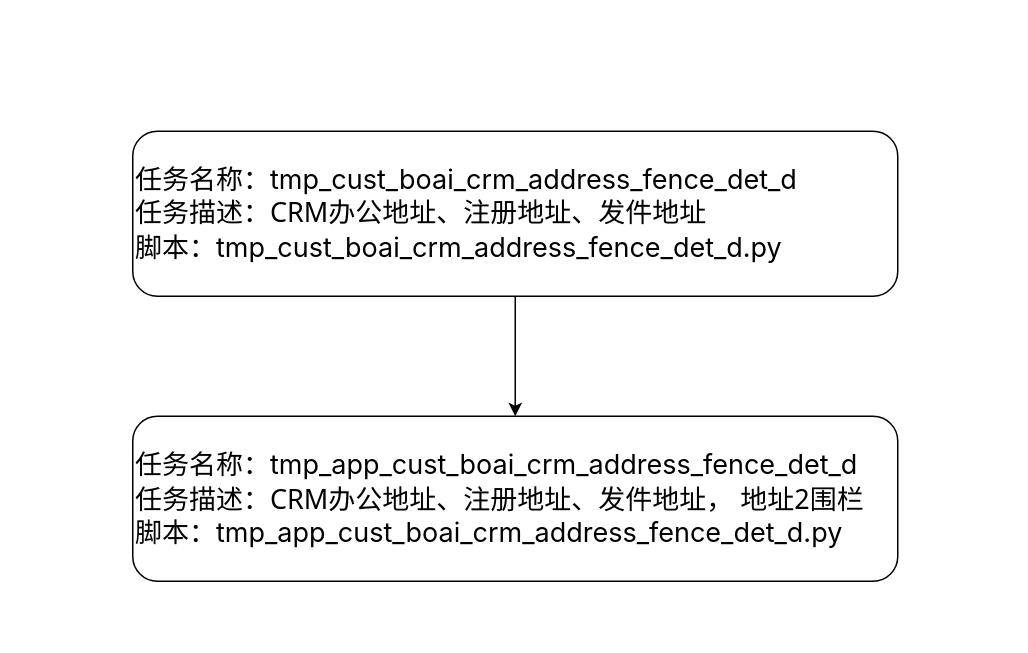
Above: page "第 1 页" (1 of 3) of 网格化二期.drawio in tristayan/ck (draw.io), before the change. Source tidied: cells renumbered, new cells numbered last; positions are measured from the earlier drawing's top-left corner, leaving out a move shared by most shapes. Both pictures are drawn from the tidied source at 150%, with x=0, y=0 at pixel (132, 130).
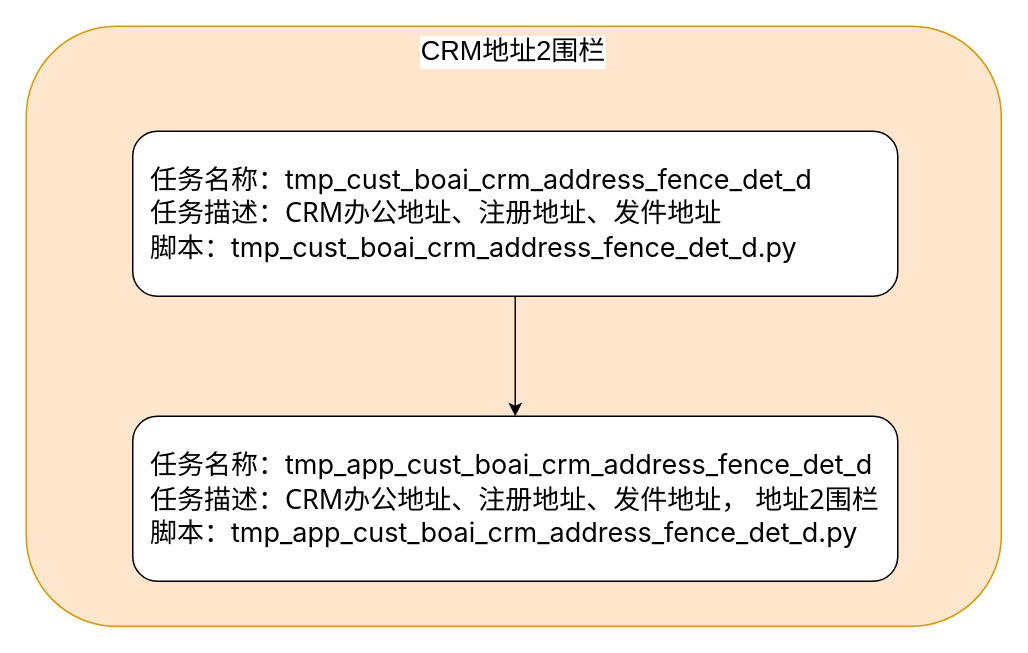
After the change.

Commit message:
更新网格化二期.drawio

What changed in the source:
```diff
@@
 <mxGraphModel>
   <root>
     <mxCell id="0" />
     <mxCell id="1" parent="0" />
+    <mxCell id="5" value="&lt;font style=&quot;font-size: 18px;&quot;&gt;CRM地址2围栏&lt;/font&gt;" style="rounded=1;whiteSpace=wrap;html=1;verticalAlign=top;labelBackgroundColor=default;fillColor=#ffe6cc;strokeColor=#d79b00;" parent="1" vertex="1">
+      <mxGeometry x="-71" y="-70" width="650" height="400" as="geometry" />
+    </mxCell>
     <mxCell id="2" style="edgeStyle=orthogonalEdgeStyle;rounded=0;jettySize=auto;html=1;entryX=0.5;entryY=0;entryDx=0;entryDy=0;" parent="1" edge="1" source="3" target="4">
       <mxGeometry relative="1" as="geometry" />
     </mxCell>
-    <mxCell id="3" value="&lt;font style=&quot;font-size: 18px; background-color: light-dark(#ffffff, var(--ge-dark-color, #121212));&quot;&gt;任务名称：&lt;span style=&quot;font-family: -apple-system, &amp;quot;system-ui&amp;quot;, &amp;quot;Segoe UI&amp;quot;, &amp;quot;PingFang SC&amp;quot;, &amp;quot;Hiragino Sans GB&amp;quot;, &amp;quot;Microsoft YaHei&amp;quot;, &amp;quot;Helvetica Neue&amp;quot;, Helvetica, Arial, sans-serif, &amp;quot;Apple Color Emoji&amp;quot;, &amp;quot;Segoe UI Emoji&amp;quot;, &amp;quot;Segoe UI Symbol&amp;quot;; text-wrap-mode: nowrap;&quot;&gt;tmp_cust_boai_crm_address_fence_det_d&lt;/span&gt;&lt;/font&gt;&lt;div&gt;&lt;font style=&quot;font-size: 18px; background-color: light-dark(#ffffff, var(--ge-dark-color, #121212));&quot;&gt;&lt;span style=&quot;font-family: -apple-system, &amp;quot;system-ui&amp;quot;, &amp;quot;Segoe UI&amp;quot;, &amp;quot;PingFang SC&amp;quot;, &amp;quot;Hiragino Sans GB&amp;quot;, &amp;quot;Microsoft YaHei&amp;quot;, &amp;quot;Helvetica Neue&amp;quot;, Helvetica, Arial, sans-serif, &amp;quot;Apple Color Emoji&amp;quot;, &amp;quot;Segoe UI Emoji&amp;quot;, &amp;quot;Segoe UI Symbol&amp;quot;; text-wrap-mode: nowrap;&quot;&gt;任务描述：&lt;/span&gt;&lt;span style=&quot;font-family: system-ui, -apple-system, &amp;quot;system-ui&amp;quot;, &amp;quot;PingFang SC&amp;quot;, 微软雅黑, &amp;quot;Microsoft YaHei&amp;quot;, &amp;quot;Segoe UI&amp;quot;, Roboto, &amp;quot;Helvetica Neue&amp;quot;, Arial, sans-serif;&quot;&gt;CRM办公地址、注册地址、发件地址&lt;/span&gt;&lt;/font&gt;&lt;/div&gt;&lt;div&gt;&lt;font style=&quot;font-size: 18px; background-color: light-dark(#ffffff, var(--ge-dark-color, #121212));&quot;&gt;&lt;span style=&quot;font-family: system-ui, -apple-system, &amp;quot;system-ui&amp;quot;, &amp;quot;PingFang SC&amp;quot;, 微软雅黑, &amp;quot;Microsoft YaHei&amp;quot;, &amp;quot;Segoe UI&amp;quot;, Roboto, &amp;quot;Helvetica Neue&amp;quot;, Arial, sans-serif;&quot;&gt;脚本：&lt;/span&gt;&lt;/font&gt;&lt;span style=&quot;background-color: rgb(255, 255, 255); font-family: -apple-system, &amp;quot;system-ui&amp;quot;, &amp;quot;Segoe UI&amp;quot;, &amp;quot;PingFang SC&amp;quot;, &amp;quot;Hiragino Sans GB&amp;quot;, &amp;quot;Microsoft YaHei&amp;quot;, &amp;quot;Helvetica Neue&amp;quot;, Helvetica, Arial, sans-serif, &amp;quot;Apple Color Emoji&amp;quot;, &amp;quot;Segoe UI Emoji&amp;quot;, &amp;quot;Segoe UI Symbol&amp;quot;; font-size: 18px; text-wrap-mode: nowrap; color: light-dark(rgb(0, 0, 0), rgb(255, 255, 255));&quot;&gt;tmp_cust_boai_crm_address_fence_det_d.py&lt;/span&gt;&lt;/div&gt;" style="rounded=1;whiteSpace=wrap;html=1;align=left;fontColor=default;" parent="1" vertex="1">
+    <mxCell id="3" value="&lt;font style=&quot;font-size: 18px; background-color: light-dark(#ffffff, var(--ge-dark-color, #121212));&quot;&gt;任务名称：&lt;span style=&quot;font-family: -apple-system, &amp;quot;system-ui&amp;quot;, &amp;quot;Segoe UI&amp;quot;, &amp;quot;PingFang SC&amp;quot;, &amp;quot;Hiragino Sans GB&amp;quot;, &amp;quot;Microsoft YaHei&amp;quot;, &amp;quot;Helvetica Neue&amp;quot;, Helvetica, Arial, sans-serif, &amp;quot;Apple Color Emoji&amp;quot;, &amp;quot;Segoe UI Emoji&amp;quot;, &amp;quot;Segoe UI Symbol&amp;quot;; text-wrap-mode: nowrap;&quot;&gt;tmp_cust_boai_crm_address_fence_det_d&lt;/span&gt;&lt;/font&gt;&lt;div&gt;&lt;font style=&quot;font-size: 18px; background-color: light-dark(#ffffff, var(--ge-dark-color, #121212));&quot;&gt;&lt;span style=&quot;font-family: -apple-system, &amp;quot;system-ui&amp;quot;, &amp;quot;Segoe UI&amp;quot;, &amp;quot;PingFang SC&amp;quot;, &amp;quot;Hiragino Sans GB&amp;quot;, &amp;quot;Microsoft YaHei&amp;quot;, &amp;quot;Helvetica Neue&amp;quot;, Helvetica, Arial, sans-serif, &amp;quot;Apple Color Emoji&amp;quot;, &amp;quot;Segoe UI Emoji&amp;quot;, &amp;quot;Segoe UI Symbol&amp;quot;; text-wrap-mode: nowrap;&quot;&gt;任务描述：&lt;/span&gt;&lt;span style=&quot;font-family: system-ui, -apple-system, &amp;quot;system-ui&amp;quot;, &amp;quot;PingFang SC&amp;quot;, 微软雅黑, &amp;quot;Microsoft YaHei&amp;quot;, &amp;quot;Segoe UI&amp;quot;, Roboto, &amp;quot;Helvetica Neue&amp;quot;, Arial, sans-serif;&quot;&gt;CRM办公地址、注册地址、发件地址&lt;/span&gt;&lt;/font&gt;&lt;/div&gt;&lt;div&gt;&lt;font style=&quot;font-size: 18px; background-color: light-dark(#ffffff, var(--ge-dark-color, #121212));&quot;&gt;&lt;span style=&quot;font-family: system-ui, -apple-system, &amp;quot;system-ui&amp;quot;, &amp;quot;PingFang SC&amp;quot;, 微软雅黑, &amp;quot;Microsoft YaHei&amp;quot;, &amp;quot;Segoe UI&amp;quot;, Roboto, &amp;quot;Helvetica Neue&amp;quot;, Arial, sans-serif;&quot;&gt;脚本：&lt;/span&gt;&lt;/font&gt;&lt;span style=&quot;background-color: rgb(255, 255, 255); font-family: -apple-system, &amp;quot;system-ui&amp;quot;, &amp;quot;Segoe UI&amp;quot;, &amp;quot;PingFang SC&amp;quot;, &amp;quot;Hiragino Sans GB&amp;quot;, &amp;quot;Microsoft YaHei&amp;quot;, &amp;quot;Helvetica Neue&amp;quot;, Helvetica, Arial, sans-serif, &amp;quot;Apple Color Emoji&amp;quot;, &amp;quot;Segoe UI Emoji&amp;quot;, &amp;quot;Segoe UI Symbol&amp;quot;; font-size: 18px; text-wrap-mode: nowrap; color: light-dark(rgb(0, 0, 0), rgb(255, 255, 255));&quot;&gt;tmp_cust_boai_crm_address_fence_det_d.py&lt;/span&gt;&lt;/div&gt;" style="rounded=1;whiteSpace=wrap;html=1;align=left;fontColor=default;spacingLeft=10;" parent="1" vertex="1">
       <mxGeometry width="510" height="110" as="geometry" />
     </mxCell>
-    <mxCell id="4" value="&lt;font style=&quot;font-size: 18px; background-color: light-dark(#ffffff, var(--ge-dark-color, #121212));&quot;&gt;任务名称：&lt;/font&gt;&lt;font face=&quot;-apple-system, system-ui, Segoe UI, PingFang SC, Hiragino Sans GB, Microsoft YaHei, Helvetica Neue, Helvetica, Arial, sans-serif, Apple Color Emoji, Segoe UI Emoji, Segoe UI Symbol&quot;&gt;&lt;span style=&quot;font-size: 18px; text-wrap-mode: nowrap;&quot;&gt;tmp_app_cust_boai_crm_address_fence_det_d&lt;/span&gt;&lt;/font&gt;&lt;div&gt;&lt;font style=&quot;font-size: 18px; background-color: light-dark(#ffffff, var(--ge-dark-color, #121212));&quot;&gt;&lt;span style=&quot;font-family: -apple-system, &amp;quot;system-ui&amp;quot;, &amp;quot;Segoe UI&amp;quot;, &amp;quot;PingFang SC&amp;quot;, &amp;quot;Hiragino Sans GB&amp;quot;, &amp;quot;Microsoft YaHei&amp;quot;, &amp;quot;Helvetica Neue&amp;quot;, Helvetica, Arial, sans-serif, &amp;quot;Apple Color Emoji&amp;quot;, &amp;quot;Segoe UI Emoji&amp;quot;, &amp;quot;Segoe UI Symbol&amp;quot;; text-wrap-mode: nowrap;&quot;&gt;任务描述：&lt;/span&gt;&lt;span style=&quot;font-family: system-ui, -apple-system, &amp;quot;system-ui&amp;quot;, &amp;quot;PingFang SC&amp;quot;, 微软雅黑, &amp;quot;Microsoft YaHei&amp;quot;, &amp;quot;Segoe UI&amp;quot;, Roboto, &amp;quot;Helvetica Neue&amp;quot;, Arial, sans-serif;&quot;&gt;CRM办公地址、注册地址、发件地址， 地址2围栏&lt;/span&gt;&lt;/font&gt;&lt;/div&gt;&lt;div&gt;&lt;font face=&quot;system-ui, -apple-system, system-ui, PingFang SC, 微软雅黑, Microsoft YaHei, Segoe UI, Roboto, Helvetica Neue, Arial, sans-serif&quot;&gt;&lt;span style=&quot;font-size: 18px; background-color: rgb(255, 255, 255);&quot;&gt;脚本：&lt;/span&gt;&lt;/font&gt;&lt;span style=&quot;font-family: -apple-system, system-ui, &amp;quot;Segoe UI&amp;quot;, &amp;quot;PingFang SC&amp;quot;, &amp;quot;Hiragino Sans GB&amp;quot;, &amp;quot;Microsoft YaHei&amp;quot;, &amp;quot;Helvetica Neue&amp;quot;, Helvetica, Arial, sans-serif, &amp;quot;Apple Color Emoji&amp;quot;, &amp;quot;Segoe UI Emoji&amp;quot;, &amp;quot;Segoe UI Symbol&amp;quot;; font-size: 18px; text-wrap-mode: nowrap; background-color: transparent; color: light-dark(rgb(0, 0, 0), rgb(255, 255, 255));&quot;&gt;tmp_app_cust_boai_crm_address_fence_det_d.py&lt;/span&gt;&lt;/div&gt;" style="rounded=1;whiteSpace=wrap;html=1;align=left;fontColor=default;" parent="1" vertex="1">
+    <mxCell id="4" value="&lt;font style=&quot;font-size: 18px; background-color: light-dark(#ffffff, var(--ge-dark-color, #121212));&quot;&gt;任务名称：&lt;/font&gt;&lt;font face=&quot;-apple-system, system-ui, Segoe UI, PingFang SC, Hiragino Sans GB, Microsoft YaHei, Helvetica Neue, Helvetica, Arial, sans-serif, Apple Color Emoji, Segoe UI Emoji, Segoe UI Symbol&quot;&gt;&lt;span style=&quot;font-size: 18px; text-wrap-mode: nowrap;&quot;&gt;tmp_app_cust_boai_crm_address_fence_det_d&lt;/span&gt;&lt;/font&gt;&lt;div&gt;&lt;font style=&quot;font-size: 18px; background-color: light-dark(#ffffff, var(--ge-dark-color, #121212));&quot;&gt;&lt;span style=&quot;font-family: -apple-system, &amp;quot;system-ui&amp;quot;, &amp;quot;Segoe UI&amp;quot;, &amp;quot;PingFang SC&amp;quot;, &amp;quot;Hiragino Sans GB&amp;quot;, &amp;quot;Microsoft YaHei&amp;quot;, &amp;quot;Helvetica Neue&amp;quot;, Helvetica, Arial, sans-serif, &amp;quot;Apple Color Emoji&amp;quot;, &amp;quot;Segoe UI Emoji&amp;quot;, &amp;quot;Segoe UI Symbol&amp;quot;; text-wrap-mode: nowrap;&quot;&gt;任务描述：&lt;/span&gt;&lt;span style=&quot;font-family: system-ui, -apple-system, &amp;quot;system-ui&amp;quot;, &amp;quot;PingFang SC&amp;quot;, 微软雅黑, &amp;quot;Microsoft YaHei&amp;quot;, &amp;quot;Segoe UI&amp;quot;, Roboto, &amp;quot;Helvetica Neue&amp;quot;, Arial, sans-serif;&quot;&gt;CRM办公地址、注册地址、发件地址， 地址2围栏&lt;/span&gt;&lt;/font&gt;&lt;/div&gt;&lt;div&gt;&lt;font face=&quot;system-ui, -apple-system, system-ui, PingFang SC, 微软雅黑, Microsoft YaHei, Segoe UI, Roboto, Helvetica Neue, Arial, sans-serif&quot;&gt;&lt;span style=&quot;font-size: 18px; background-color: rgb(255, 255, 255);&quot;&gt;脚本：&lt;/span&gt;&lt;/font&gt;&lt;span style=&quot;font-family: -apple-system, system-ui, &amp;quot;Segoe UI&amp;quot;, &amp;quot;PingFang SC&amp;quot;, &amp;quot;Hiragino Sans GB&amp;quot;, &amp;quot;Microsoft YaHei&amp;quot;, &amp;quot;Helvetica Neue&amp;quot;, Helvetica, Arial, sans-serif, &amp;quot;Apple Color Emoji&amp;quot;, &amp;quot;Segoe UI Emoji&amp;quot;, &amp;quot;Segoe UI Symbol&amp;quot;; font-size: 18px; text-wrap-mode: nowrap; background-color: transparent; color: light-dark(rgb(0, 0, 0), rgb(255, 255, 255));&quot;&gt;tmp_app_cust_boai_crm_address_fence_det_d.py&lt;/span&gt;&lt;/div&gt;" style="rounded=1;whiteSpace=wrap;html=1;align=left;fontColor=default;spacingLeft=10;" parent="1" vertex="1">
       <mxGeometry y="190" width="510" height="110" as="geometry" />
     </mxCell>
   </root>
 </mxGraphModel>
```
